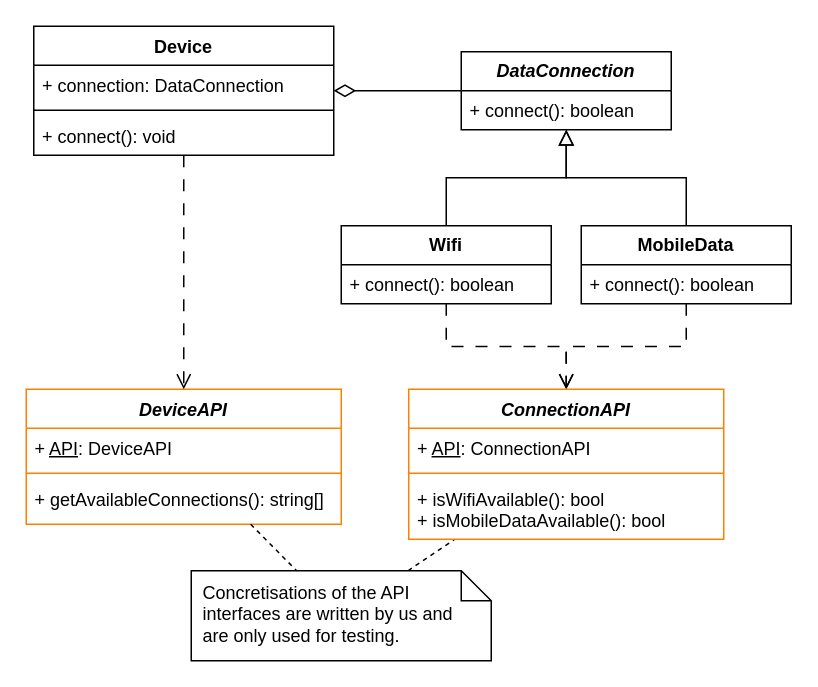
The draw.io diagram page "class" (1 of 2) of java-src/Experiment1/img/UML-diagrams.drawio in TheisHS/Thesis, before the edit. Source tidied: cells renumbered, new cells numbered last; positions are measured from the earlier drawing's top-left corner, leaving out a move shared by most shapes. Both pictures are drawn from the tidied source at 150%, with x=0, y=0 at pixel (26, 26).
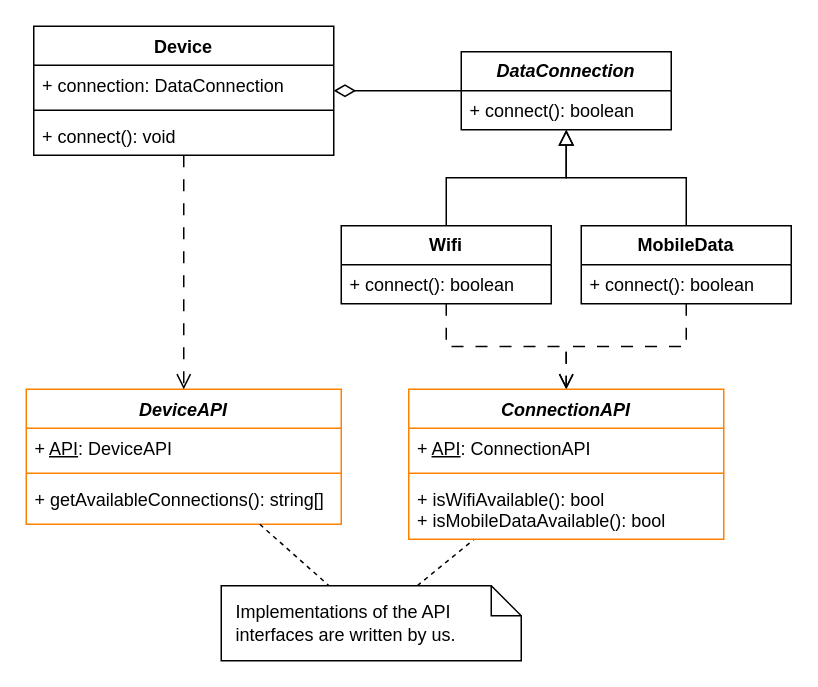
The same diagram, later.

The change refers to these unchanged cells:
```xml
<mxCell id="2" value="&lt;i&gt;DeviceAPI&lt;/i&gt;" style="swimlane;fontStyle=1;align=center;verticalAlign=top;horizontal=1;startSize=26;whiteSpace=wrap;html=1;hachureGap=4;fontFamily=Helvetica;strokeColor=#FF8000;" parent="1" vertex="1">
  <mxGeometry y="242" width="210" height="90" as="geometry" />
</mxCell>
<mxCell id="25" value="&lt;i&gt;ConnectionAPI&lt;/i&gt;" style="swimlane;fontStyle=1;align=center;verticalAlign=top;horizontal=1;startSize=26;whiteSpace=wrap;html=1;hachureGap=4;fontFamily=Helvetica;strokeColor=#FF8000;" parent="1" vertex="1">
  <mxGeometry x="255" y="242" width="210" height="100" as="geometry" />
</mxCell>
```

The edit, as a diff of the source:
```diff
@@
-    <mxCell id="22" style="rounded=0;hachureGap=4;jettySize=auto;html=1;fontFamily=Helvetica;dashed=1;endArrow=none;startFill=0;" parent="1" edge="1" source="23" target="25">
+    <mxCell id="22" style="rounded=0;hachureGap=4;jettySize=auto;html=1;fontFamily=Helvetica;dashed=1;endArrow=none;startFill=0;" parent="1" edge="1" source="29" target="25">
       <mxGeometry relative="1" as="geometry" />
     </mxCell>
-    <mxCell id="23" value="Concretisations of the API interfaces are written by us&amp;nbsp;&lt;span style=&quot;background-color: transparent; color: light-dark(rgb(0, 0, 0), rgb(255, 255, 255));&quot;&gt;and are only used for testing.&lt;/span&gt;" style="shape=note;size=20;whiteSpace=wrap;html=1;hachureGap=4;fontFamily=Helvetica;align=left;spacingLeft=6;spacingBottom=6;spacingTop=3;spacingRight=21;" parent="1" vertex="1">
-      <mxGeometry x="110" y="363" width="200" height="60" as="geometry" />
-    </mxCell>
-    <mxCell id="24" style="rounded=0;hachureGap=4;jettySize=auto;html=1;fontFamily=Helvetica;dashed=1;endArrow=none;startFill=0;" parent="1" edge="1" source="2" target="23">
+    <mxCell id="24" style="rounded=0;hachureGap=4;jettySize=auto;html=1;fontFamily=Helvetica;dashed=1;endArrow=none;startFill=0;" parent="1" edge="1" source="2" target="29">
       <mxGeometry relative="1" as="geometry" />
     </mxCell>
@@
+    <mxCell id="29" value="Implementations of the API interfaces are written by us." style="shape=note;size=20;whiteSpace=wrap;html=1;align=left;verticalAlign=middle;spacing=5;spacingRight=20;spacingLeft=5;" parent="1" vertex="1">
+      <mxGeometry x="130" y="373" width="200" height="50" as="geometry" />
+    </mxCell>
```
